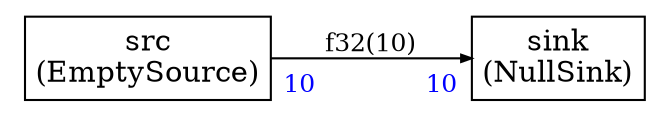
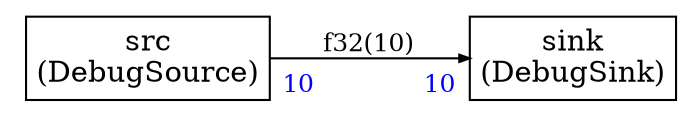






digraph structs {
    bgcolor = "white"
    node [shape=plaintext,color="black",fontcolor="black",fontname="Times-Roman"]
    rankdir=LR
    edge [arrowsize="0.5",color="black",fontcolor="black",fontname="Times-Roman"]


sink [label=<
<TABLE color="black" bgcolor="none" BORDER="0" CELLBORDER="1" CELLSPACING="0" CELLPADDING="4">
  <TR>
-     <TD ALIGN="CENTER" PORT="i"><FONT COLOR="black" POINT-SIZE="14.0">sink<BR/>(NullSink)</FONT></TD>
+     <TD ALIGN="CENTER" PORT="i"><FONT COLOR="black" POINT-SIZE="14.0">sink<BR/>(DebugSink)</FONT></TD>
  </TR>
</TABLE>>];

src [label=<
<TABLE color="black" bgcolor="none" BORDER="0" CELLBORDER="1" CELLSPACING="0" CELLPADDING="4">
  <TR>
-     <TD ALIGN="CENTER" PORT="i"><FONT COLOR="black" POINT-SIZE="14.0">src<BR/>(EmptySource)</FONT></TD>
+     <TD ALIGN="CENTER" PORT="i"><FONT COLOR="black" POINT-SIZE="14.0">src<BR/>(DebugSource)</FONT></TD>
  </TR>
</TABLE>>];



src:i -> sink:i [style="solid",color="black",fontsize="12.0",fontcolor="black",label=<f32(10)>
,headlabel=<<TABLE BORDER="0" CELLPADDING="4"><TR><TD><FONT COLOR="blue" POINT-SIZE="12.0" >10</FONT>
</TD></TR></TABLE>>
,taillabel=<<TABLE BORDER="0" CELLPADDING="4"><TR><TD><FONT COLOR="blue" POINT-SIZE="12.0" >10</FONT>
</TD></TR></TABLE>>]




}
